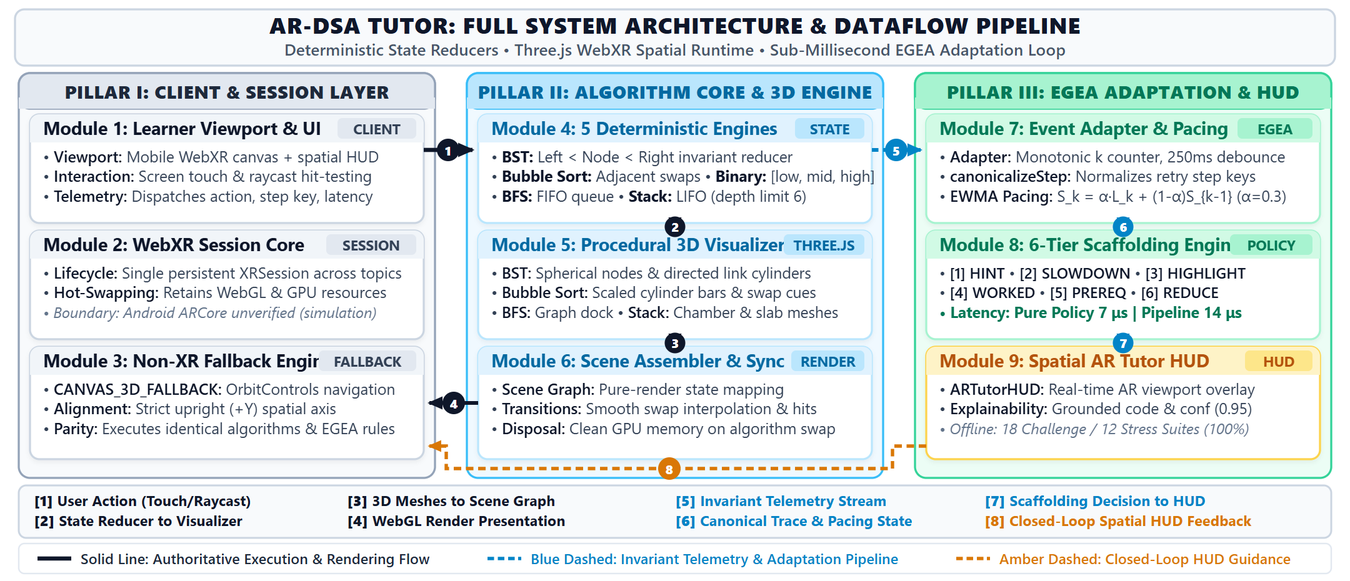
Above: submission/review_release/figures/fig1_system_architecture.png in Boomikav/ar-dsa-tutor (Mermaid), before the change. Its source is kept beside it as submission/review_release/figures/fig1_system_architecture.mmd. Its diagram source:
```mermaid
flowchart LR
    subgraph P1 ["<b>PILLAR I: CLIENT &amp; SESSION LAYER</b>"]
        direction TB
        M1["<b>Module 1: Learner Viewport &amp; UI</b><br/>• Mobile WebXR Canvas &amp; Frustum Overlay<br/>• Touch &amp; Raycast Hit-Testing Ingestion<br/>• 1-Click Zero-Tear Algorithm Hot-Swapping<br/>• Dispatches Action, Step ID, and Latency"]

        M2["<b>Module 2: WebXR Session Core</b><br/>• Persistent Single XRSession Lifecycle<br/>• Preserves WebGLRenderer &amp; GPU Resources<br/>• Seamless Multi-Algorithm Scene Binding<br/><i>(Boundary: Physical ARCore Simulation Only)</i>"]

        M3["<b>Module 3: Non-XR 3D Fallback Engine</b><br/>• CANVAS_3D_FALLBACK with OrbitControls<br/>• Multi-Touch &amp; Mouse Drag / Rotate / Pan<br/>• Enforces Upright (+Y) Spatial Gravitational Axis<br/>• Full Algorithmic &amp; EGEA Scaffolding Parity"]

        M1 -->|Session Config| M2
        M2 -.->|Fallback on Non-XR| M3
    end

    subgraph P2 ["<b>PILLAR II: ALGORITHM CORE &amp; 3D ENGINE</b>"]
        direction TB
        M4["<b>Module 4: 5 Deterministic DSA Engines</b><br/>• <b>BST:</b> Left &lt; Node &lt; Right Invariant Reducer<br/>• <b>Bubble Sort:</b> Adjacent Inversion Step Swaps<br/>• <b>Binary Search:</b> [Low, Mid, High] Range Halving<br/>• <b>BFS:</b> Topological FIFO Queue Expansion<br/>• <b>Stack:</b> LIFO Push / Pop (Max Depth 6)"]

        M5["<b>Module 5: Procedural Three.js Visualizers</b><br/>• <b>ThreeBST:</b> Spherical Nodes &amp; Link Cylinders<br/>• <b>ThreeBubbleSort:</b> Scaled Bar Cylinders &amp; Swaps<br/>• <b>ThreeBinarySearch:</b> Indexed Block Array<br/>• <b>ThreeBFS:</b> Graph Network &amp; Floating Queue Dock<br/>• <b>ThreeStack:</b> 3D Glass Chamber &amp; Stacked Slabs"]

        M6["<b>Module 6: Scene Assembler &amp; Sync</b><br/>• Pure-Render Scene Graph State Mapping<br/>• Parametric Animation &amp; Step Interpolation<br/>• Direct WebGL Frame Buffer Synchronization<br/>• Instant Mesh Disposal on Topic Hot-Swap"]

        M4 ==>|Invariant State| M5
        M5 -->|Mesh Geometry| M6
    end

    subgraph P3 ["<b>PILLAR III: EGEA ADAPTATION &amp; HUD</b>"]
        direction TB
        M7["<b>Module 7: Event Adapter &amp; Pacing Model</b><br/>• Monotonic Sequence Counter (k)<br/>• 250ms Touch Debounce Filtering<br/>• <b>canonicalizeStep:</b> Alias &amp; Suffix Mapping<br/>• <b>EWMA Pacing:</b> S_k = α·L_k + (1-α)S_{k-1} (α=0.3)<br/>• Rapid Guessing (&lt;1.5s) vs Deliberate (≥3.0s)"]

        M8["<b>Module 8: EGEA Deterministic Policy Engine</b><br/>• <b>6-Tier Grounded Scaffolding Taxonomy:</b><br/>  [1] CONTEXTUAL_HINT (Directional Cue)<br/>  [2] STEPWISE_SLOWDOWN (Reflection Pause)<br/>  [3] HIGHLIGHT_ELEMENT (Salience Pulse)<br/>  [4] WORKED_EXAMPLE (Full Step Demo)<br/>  [5] PREREQUISITE_REVIEW (Concept Recall)<br/>  [6] REDUCE_GUIDANCE (Scaffold Fading)<br/>• Latency: Pure Policy 7 μs | Full Pipeline 14 μs"]

        M9["<b>Module 9: Spatial AR Tutor HUD Feedback</b><br/>• Real-Time Viewport AR Frustum Overlay<br/>• Grounded Rationale Code &amp; Confidence (0.80–0.95)<br/>• Dynamic Scaffolding Badges &amp; Cues<br/>• Closed-Loop Pedagogical Feedback to Learner"]

        M7 ==>|Canonical Trace &amp; Pacing| M8
        M8 ==>|Scaffolding Decision| M9
    end

    M1 ==>|1. User Attempted Action| M4
    M6 ==>|2. WebGL Frame Presentation| M1
    M4 -.->|3. Invariant Telemetry Stream| M7
    M9 -.->|4. Closed-Loop HUD Guidance| M1

    classDef clientCol fill:#f8fafc,stroke:#64748b,stroke-width:1.5px;
    classDef engineCol fill:#f0f9ff,stroke:#0284c7,stroke-width:1.5px;
    classDef egeaCol fill:#ecfdf5,stroke:#059669,stroke-width:1.5px;

    classDef card1 fill:#ffffff,stroke:#94a3b8,stroke-width:1.2px;
    classDef card2 fill:#ffffff,stroke:#38bdf8,stroke-width:1.2px;
    classDef card3 fill:#ffffff,stroke:#34d399,stroke-width:1.2px;

    class P1 clientCol;
    class P2 engineCol;
    class P3 egeaCol;

    class M1,M2,M3 card1;
    class M4,M5,M6 card2;
    class M7,M8,M9 card3;
```
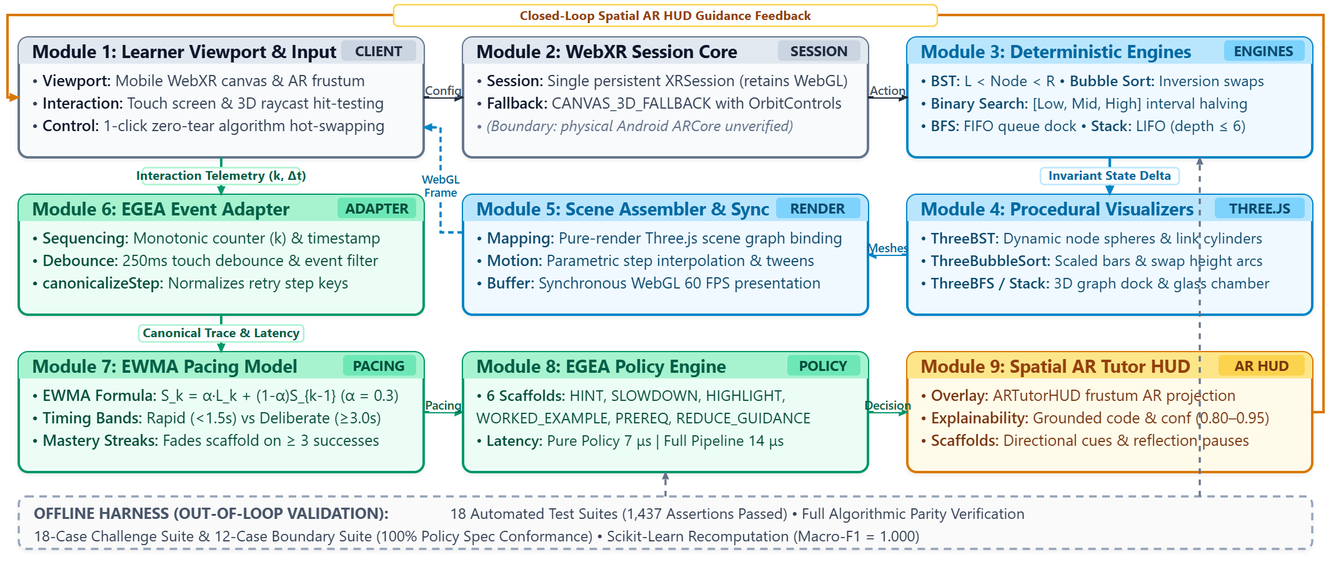
Later version of the same file.

The edit, as a diff of the source:
```diff
@@ -1,57 +1,62 @@
 flowchart LR
-    subgraph P1 ["<b>PILLAR I: CLIENT &amp; SESSION LAYER</b>"]
-        direction TB
-        M1["<b>Module 1: Learner Viewport &amp; UI</b><br/>• Mobile WebXR Canvas &amp; Frustum Overlay<br/>• Touch &amp; Raycast Hit-Testing Ingestion<br/>• 1-Click Zero-Tear Algorithm Hot-Swapping<br/>• Dispatches Action, Step ID, and Latency"]
+    subgraph ROW1 ["STAGE I: CLIENT SESSION & DETERMINISTIC ALGORITHM ENGINES"]
+        direction LR
+        M1["<b>Module 1: Learner Viewport & UI</b><br/>• Mobile WebXR Canvas & AR Frustum Overlay<br/>• Touch Screen & 3D Raycast Hit-Testing<br/>• 1-Click Zero-Tear Algorithm Hot-Swapping<br/>• Telemetry: Dispatches action, step, latency"]
 
-        M2["<b>Module 2: WebXR Session Core</b><br/>• Persistent Single XRSession Lifecycle<br/>• Preserves WebGLRenderer &amp; GPU Resources<br/>• Seamless Multi-Algorithm Scene Binding<br/><i>(Boundary: Physical ARCore Simulation Only)</i>"]
+        M2["<b>Module 2: WebXR Session Core</b><br/>• Single Persistent XRSession (Retains WebGL)<br/>• Non-XR 3D Fallback with OrbitControls<br/>• Enforces Upright (+Y) Spatial Gravitational Axis<br/>• <i>(Simulation Boundary: ARCore Unverified)</i>"]
 
-        M3["<b>Module 3: Non-XR 3D Fallback Engine</b><br/>• CANVAS_3D_FALLBACK with OrbitControls<br/>• Multi-Touch &amp; Mouse Drag / Rotate / Pan<br/>• Enforces Upright (+Y) Spatial Gravitational Axis<br/>• Full Algorithmic &amp; EGEA Scaffolding Parity"]
+        M3["<b>Module 3: Deterministic Engines</b><br/>• <b>BST:</b> Left &lt; Node &lt; Right Invariant Reducer<br/>• <b>Bubble Sort:</b> Adjacent Inversion Step Swaps<br/>• <b>Binary Search:</b> Logarithmic Range Halving<br/>• <b>BFS:</b> Topological FIFO Queue Expansion<br/>• <b>Stack:</b> LIFO Push / Pop (Depth Limit ≤ 6)"]
 
         M1 -->|Session Config| M2
-        M2 -.->|Fallback on Non-XR| M3
+        M2 -->|User Attempt| M3
     end
 
-    subgraph P2 ["<b>PILLAR II: ALGORITHM CORE &amp; 3D ENGINE</b>"]
-        direction TB
-        M4["<b>Module 4: 5 Deterministic DSA Engines</b><br/>• <b>BST:</b> Left &lt; Node &lt; Right Invariant Reducer<br/>• <b>Bubble Sort:</b> Adjacent Inversion Step Swaps<br/>• <b>Binary Search:</b> [Low, Mid, High] Range Halving<br/>• <b>BFS:</b> Topological FIFO Queue Expansion<br/>• <b>Stack:</b> LIFO Push / Pop (Max Depth 6)"]
+    subgraph ROW2 ["STAGE II: PROCEDURAL 3D ENGINE & TELEMETRY INGESTION"]
+        direction LR
+        M6["<b>Module 6: EGEA Event Adapter</b><br/>• Monotonic Sequence Counter (k) & Timestamp<br/>• 250ms Touch Debounce & Event Filtering<br/>• <b>canonicalizeStep:</b> Key Alias Normalization<br/>• Extracts Raw Action Latency (L_k)"]
 
-        M5["<b>Module 5: Procedural Three.js Visualizers</b><br/>• <b>ThreeBST:</b> Spherical Nodes &amp; Link Cylinders<br/>• <b>ThreeBubbleSort:</b> Scaled Bar Cylinders &amp; Swaps<br/>• <b>ThreeBinarySearch:</b> Indexed Block Array<br/>• <b>ThreeBFS:</b> Graph Network &amp; Floating Queue Dock<br/>• <b>ThreeStack:</b> 3D Glass Chamber &amp; Stacked Slabs"]
+        M5["<b>Module 5: Scene Assembler & Sync</b><br/>• Pure-Render Scene Graph State Mapping<br/>• Parametric Animation & Step Interpolation<br/>• Synchronous 60 FPS WebGL Frame Presentation<br/>• Zero-Tear Mesh Disposal on Algorithm Swap"]
 
-        M6["<b>Module 6: Scene Assembler &amp; Sync</b><br/>• Pure-Render Scene Graph State Mapping<br/>• Parametric Animation &amp; Step Interpolation<br/>• Direct WebGL Frame Buffer Synchronization<br/>• Instant Mesh Disposal on Topic Hot-Swap"]
+        M4["<b>Module 4: Procedural Visualizers</b><br/>• <b>ThreeBST:</b> Dynamic Spheres & Link Cylinders<br/>• <b>ThreeBubbleSort:</b> Scaled Bars & Swap Arcs<br/>• <b>ThreeBinarySearch:</b> Indexed Block Array<br/>• <b>ThreeBFS / Stack:</b> Graph Dock & Glass Chamber"]
 
-        M4 ==>|Invariant State| M5
-        M5 -->|Mesh Geometry| M6
+        M4 -->|Mesh Hierarchies| M5
     end
 
-    subgraph P3 ["<b>PILLAR III: EGEA ADAPTATION &amp; HUD</b>"]
-        direction TB
-        M7["<b>Module 7: Event Adapter &amp; Pacing Model</b><br/>• Monotonic Sequence Counter (k)<br/>• 250ms Touch Debounce Filtering<br/>• <b>canonicalizeStep:</b> Alias &amp; Suffix Mapping<br/>• <b>EWMA Pacing:</b> S_k = α·L_k + (1-α)S_{k-1} (α=0.3)<br/>• Rapid Guessing (&lt;1.5s) vs Deliberate (≥3.0s)"]
+    subgraph ROW3 ["STAGE III: PACING MODEL, ADAPTATION POLICY & SPATIAL HUD"]
+        direction LR
+        M7["<b>Module 7: EWMA Pacing Model</b><br/>• S_k = α·L_k + (1-α)S_{k-1} (Smoothing α = 0.3)<br/>• Rapid Guessing (&lt; 1.5s) vs Deliberate (≥ 3.0s)<br/>• Consecutive Mistake & Error Pattern History<br/>• Autonomous Mastery Streaks (≥ 3 Steps)"]
 
-        M8["<b>Module 8: EGEA Deterministic Policy Engine</b><br/>• <b>6-Tier Grounded Scaffolding Taxonomy:</b><br/>  [1] CONTEXTUAL_HINT (Directional Cue)<br/>  [2] STEPWISE_SLOWDOWN (Reflection Pause)<br/>  [3] HIGHLIGHT_ELEMENT (Salience Pulse)<br/>  [4] WORKED_EXAMPLE (Full Step Demo)<br/>  [5] PREREQUISITE_REVIEW (Concept Recall)<br/>  [6] REDUCE_GUIDANCE (Scaffold Fading)<br/>• Latency: Pure Policy 7 μs | Full Pipeline 14 μs"]
+        M8["<b>Module 8: EGEA Policy Engine</b><br/>• <b>6-Tier Grounded Scaffolding Hierarchy:</b><br/>  [1] HINT • [2] SLOWDOWN • [3] HIGHLIGHT<br/>  [4] WORKED • [5] PREREQ • [6] REDUCE<br/>• Latency: Pure Policy 7 μs | Pipeline 14 μs"]
 
-        M9["<b>Module 9: Spatial AR Tutor HUD Feedback</b><br/>• Real-Time Viewport AR Frustum Overlay<br/>• Grounded Rationale Code &amp; Confidence (0.80–0.95)<br/>• Dynamic Scaffolding Badges &amp; Cues<br/>• Closed-Loop Pedagogical Feedback to Learner"]
+        M9["<b>Module 9: Spatial AR Tutor HUD</b><br/>• Viewport AR Frustum Overlay (ARTutorHUD)<br/>• Grounded Rationale Code & Confidence (0.80–0.95)<br/>• Dynamic Visual Badges & Reflection Pauses<br/>• Closed-Loop Pedagogical Feedback to Learner"]
 
-        M7 ==>|Canonical Trace &amp; Pacing| M8
-        M8 ==>|Scaffolding Decision| M9
+        M7 -->|Pacing & History| M8
+        M8 -->|Decision & Rationale| M9
     end
 
-    M1 ==>|1. User Attempted Action| M4
-    M6 ==>|2. WebGL Frame Presentation| M1
-    M4 -.->|3. Invariant Telemetry Stream| M7
-    M9 -.->|4. Closed-Loop HUD Guidance| M1
+    subgraph OFFLINE ["OFFLINE VERIFICATION & BENCHMARK HARNESS (NOT IN LIVE LOOP)"]
+        direction LR
+        M10["<b>Module 10: Automated Verification & Metric Harness</b><br/>• 18 Automated Test Suites (1,437 Assertions Passed)<br/>• 18-Case Challenge Suite & 12-Case Boundary Suite (100% Spec Conformance)<br/>• Independent Scikit-Learn Metric Validation (Macro-F1 = 1.000)"]
+    end
 
-    classDef clientCol fill:#f8fafc,stroke:#64748b,stroke-width:1.5px;
-    classDef engineCol fill:#f0f9ff,stroke:#0284c7,stroke-width:1.5px;
-    classDef egeaCol fill:#ecfdf5,stroke:#059669,stroke-width:1.5px;
+    M3 -->|Invariant State Delta| M4
+    M5 -.->|Synchronized WebGL Frame Presentation| M1
+    M1 -.->|Interaction Telemetry (k, Δt)| M6
+    M6 -->|Canonical Trace & Latency| M7
+    M9 -.->|Closed-Loop HUD Guidance Feedback| M1
+    M10 -.->|Validates State Transitions| M3
+    M10 -.->|Validates Policy Decision Rules| M8
 
-    classDef card1 fill:#ffffff,stroke:#94a3b8,stroke-width:1.2px;
-    classDef card2 fill:#ffffff,stroke:#38bdf8,stroke-width:1.2px;
-    classDef card3 fill:#ffffff,stroke:#34d399,stroke-width:1.2px;
+    classDef stageStyle fill:#ffffff,stroke:#cbd5e1,stroke-width:1px,color:#475569;
+    classDef offlineStyle fill:#fafafa,stroke:#94a3b8,stroke-width:1.2px,stroke-dasharray:4 4,color:#475569;
+    classDef card1 fill:#f8fafc,stroke:#64748b,stroke-width:1.3px,color:#0f172a;
+    classDef card2 fill:#f0f9ff,stroke:#0284c7,stroke-width:1.3px,color:#0f172a;
+    classDef card3 fill:#ecfdf5,stroke:#059669,stroke-width:1.3px,color:#0f172a;
+    classDef card4 fill:#fffbeb,stroke:#d97706,stroke-width:1.3px,color:#0f172a;
 
-    class P1 clientCol;
-    class P2 engineCol;
-    class P3 egeaCol;
-
-    class M1,M2,M3 card1;
-    class M4,M5,M6 card2;
-    class M7,M8,M9 card3;
+    class ROW1,ROW2,ROW3 stageStyle;
+    class OFFLINE offlineStyle;
+    class M1,M2 card1;
+    class M3,M4,M5 card2;
+    class M6,M7,M8 card3;
+    class M9 card4;
```
